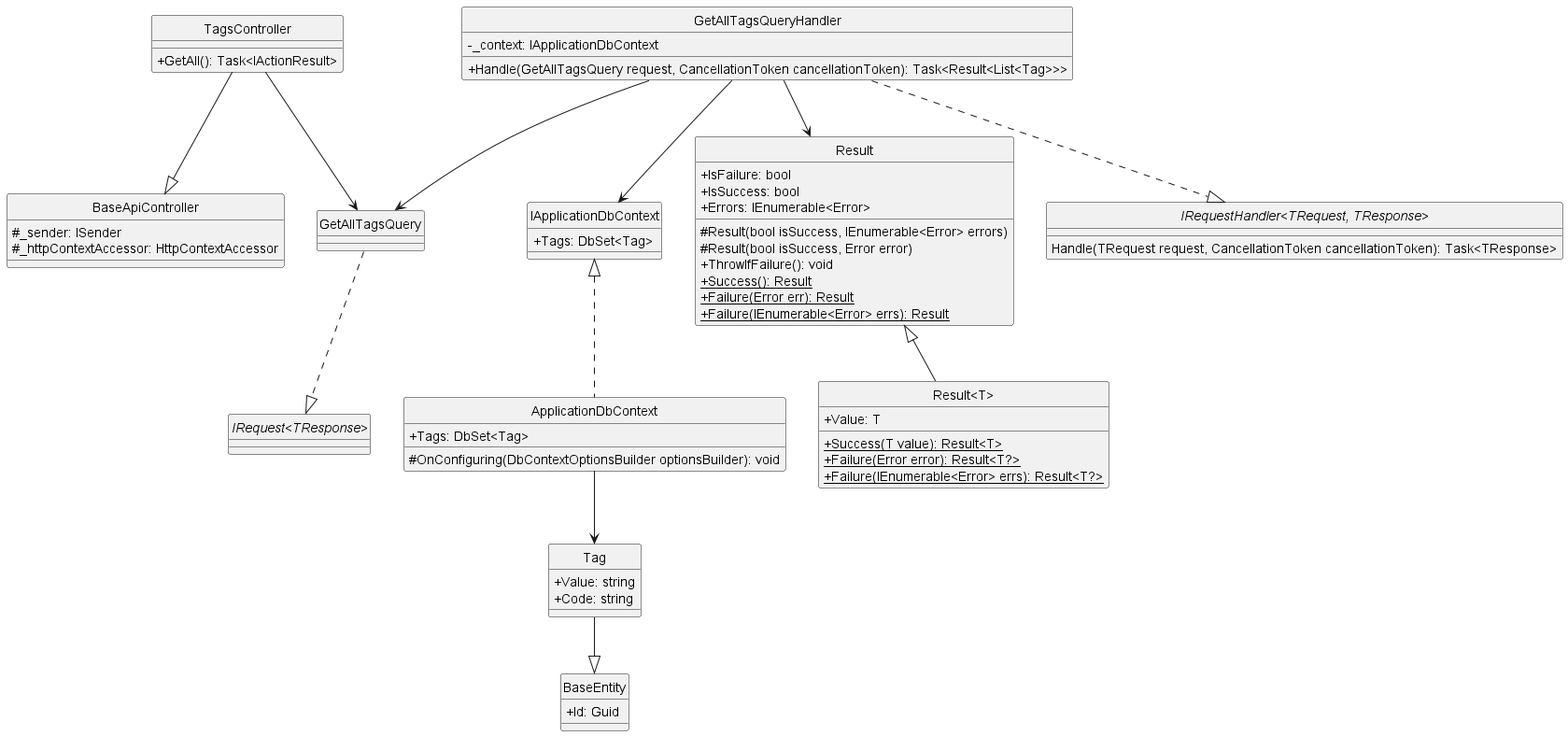
This is docs/Class Diagram/Post/Tags/GetAllTag/ClassDiagram/getAllTag.png from Carl-Johnsons/Chat-Application, a PlantUML export, as it was before one commit.
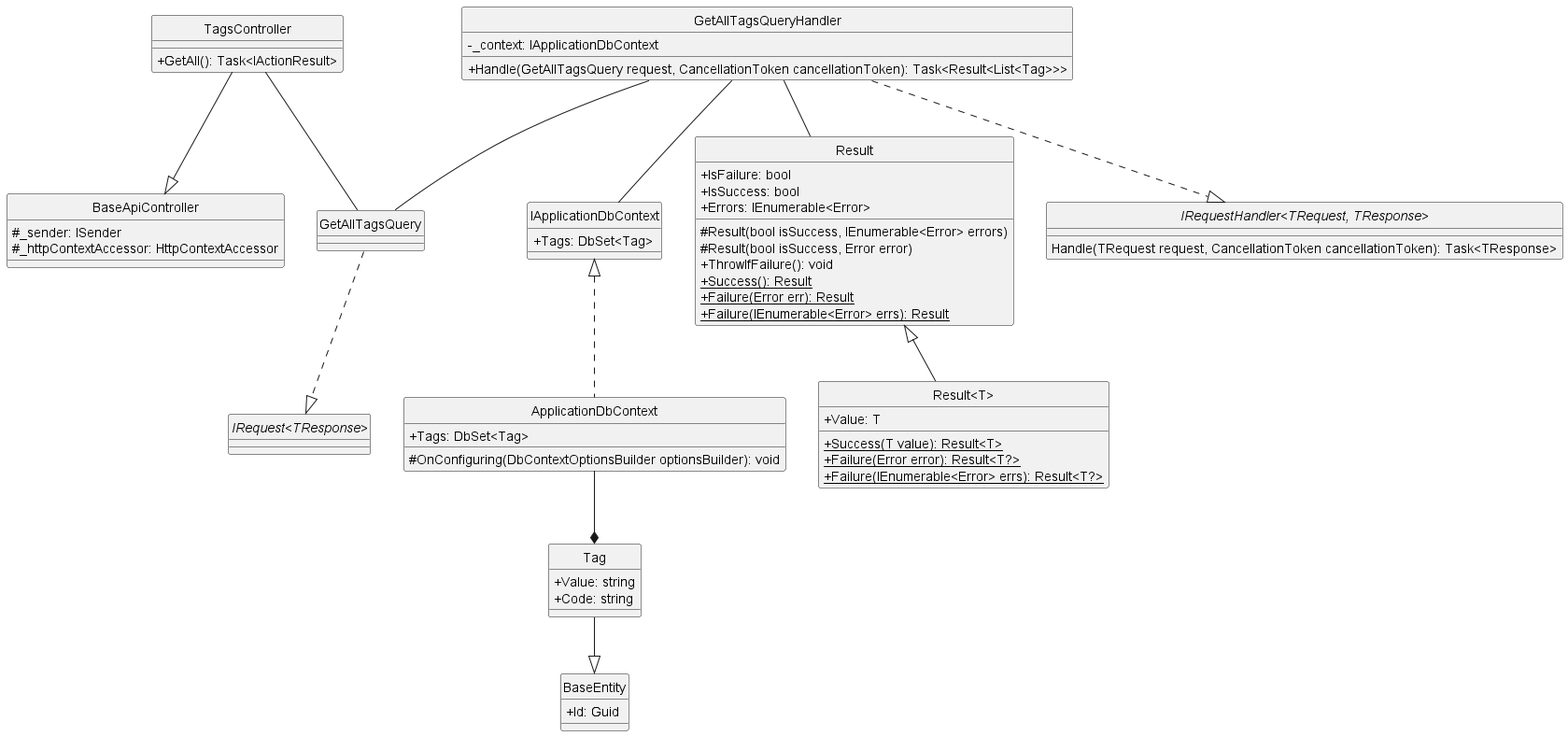
Above is the later version.

Diff of the diagram source:
```diff
@@ -62,14 +62,14 @@
 }
 
 TagsController --|> BaseApiController
-TagsController --> GetAllTagsQuery
+TagsController -- GetAllTagsQuery
 GetAllTagsQuery ..|> "IRequest<TResponse>"
 GetAllTagsQueryHandler ..|> "IRequestHandler<TRequest, TResponse>"
-GetAllTagsQueryHandler --> GetAllTagsQuery
-GetAllTagsQueryHandler --> Result
-GetAllTagsQueryHandler --> IApplicationDbContext
+GetAllTagsQueryHandler -- GetAllTagsQuery
+GetAllTagsQueryHandler -- Result
+GetAllTagsQueryHandler -- IApplicationDbContext
 Result <|-- "Result<T>"
 Tag --|> BaseEntity
 IApplicationDbContext <|.. ApplicationDbContext
-ApplicationDbContext --> Tag
+ApplicationDbContext --* Tag
 @enduml
```
